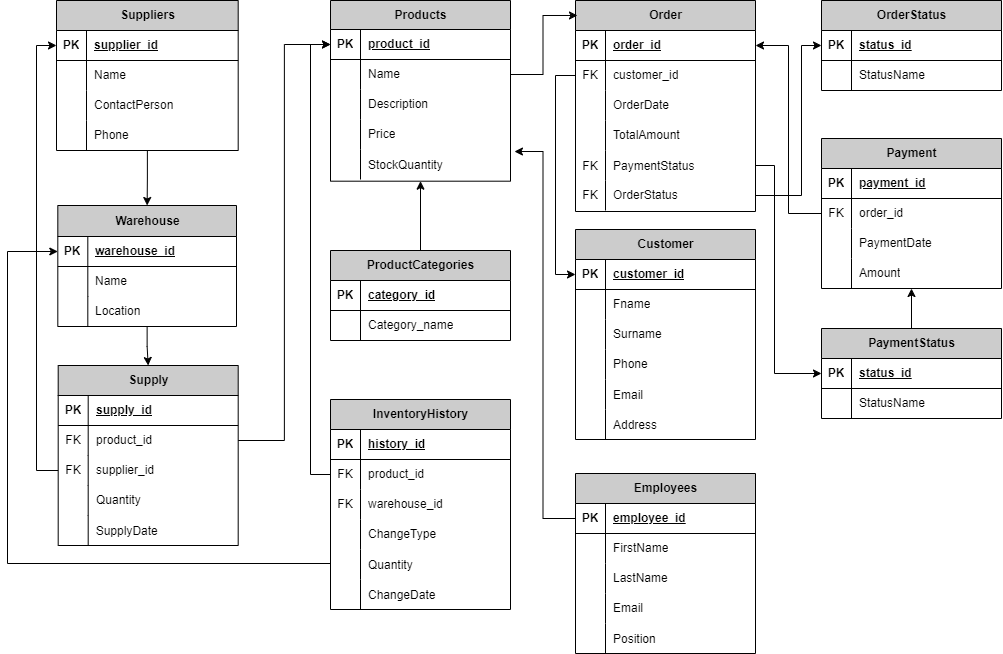
Above: drawio.drawio.png in garnet-ar/Database-project (draw.io), before the change. Source tidied: cells renumbered, new cells last; positions are measured from the earlier drawing's top-left corner, leaving out a move shared by most shapes.
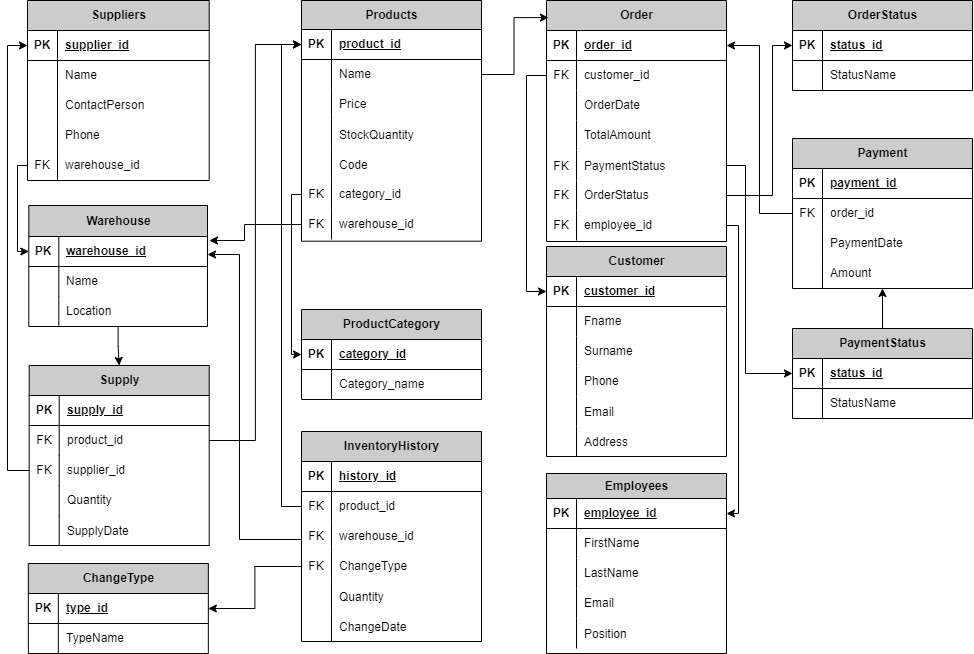
The same file after the commit.

Change to the diagram source:
```diff
@@ -5,3 +5,3 @@
     <mxCell id="2" value="Products" style="shape=table;startSize=29;rowLines=0;fontStyle=1;align=center;html=1;fillColor=#CCCCCC;" parent="1" vertex="1">
-      <mxGeometry x="323" width="180" height="180.7" as="geometry" />
+      <mxGeometry x="323" width="180" height="240.7" as="geometry" />
     </mxCell>
@@ -25,13 +25,4 @@
     </mxCell>
-    <mxCell id="9" style="shape=tableRow;horizontal=0;startSize=0;swimlaneHead=0;swimlaneBody=0;fillColor=none;top=0;left=0;right=0;bottom=0;" parent="2" vertex="1">
-      <mxGeometry y="89" width="180" height="30" as="geometry" />
-    </mxCell>
-    <mxCell id="10" style="shape=partialRectangle;fillColor=none;top=0;left=0;bottom=0;right=0;overflow=hidden;whiteSpace=wrap;html=1;" parent="9" vertex="1">
-      <mxGeometry width="30" height="30" as="geometry" />
-    </mxCell>
-    <mxCell id="11" value="Description" style="shape=partialRectangle;fillColor=none;top=0;left=0;bottom=0;right=0;align=left;spacingLeft=6;overflow=hidden;whiteSpace=wrap;html=1;" parent="9" vertex="1">
-      <mxGeometry x="30" width="150" height="30" as="geometry" />
-    </mxCell>
     <mxCell id="12" style="shape=tableRow;horizontal=0;startSize=0;swimlaneHead=0;swimlaneBody=0;fillColor=none;top=0;left=0;right=0;bottom=0;" parent="2" vertex="1">
-      <mxGeometry y="119" width="180" height="30" as="geometry" />
+      <mxGeometry y="89" width="180" height="30" as="geometry" />
     </mxCell>
@@ -44,3 +35,3 @@
     <mxCell id="15" style="shape=tableRow;horizontal=0;startSize=0;swimlaneHead=0;swimlaneBody=0;fillColor=none;points=[[0,0.5],[1,0.5]];portConstraint=eastwest;top=0;left=0;right=0;bottom=0;" parent="2" vertex="1">
-      <mxGeometry y="149" width="180" height="30" as="geometry" />
+      <mxGeometry y="119" width="180" height="30" as="geometry" />
     </mxCell>
@@ -52,7 +43,31 @@
     </mxCell>
-    <mxCell id="18" style="edgeStyle=orthogonalEdgeStyle;rounded=0;jettySize=auto;html=1;entryX=0.5;entryY=0;entryDx=0;entryDy=0;" parent="1" edge="1" source="19" target="41">
-      <mxGeometry relative="1" as="geometry" />
-    </mxCell>
+    <mxCell id="178" style="shape=tableRow;horizontal=0;startSize=0;swimlaneHead=0;swimlaneBody=0;fillColor=none;top=0;left=0;right=0;bottom=0;" parent="2" vertex="1">
+      <mxGeometry y="149" width="180" height="30" as="geometry" />
+    </mxCell>
+    <mxCell id="179" style="shape=partialRectangle;fillColor=none;top=0;left=0;bottom=0;right=0;overflow=hidden;" parent="178" vertex="1">
+      <mxGeometry width="30" height="30" as="geometry" />
+    </mxCell>
+    <mxCell id="180" value="Code" style="shape=partialRectangle;fillColor=none;top=0;left=0;bottom=0;right=0;align=left;spacingLeft=6;overflow=hidden;" parent="178" vertex="1">
+      <mxGeometry x="30" width="150" height="30" as="geometry" />
+    </mxCell>
+    <mxCell id="181" style="shape=tableRow;horizontal=0;startSize=0;swimlaneHead=0;swimlaneBody=0;fillColor=none;points=[[0,0.5],[1,0.5]];portConstraint=eastwest;top=0;left=0;right=0;bottom=0;" parent="2" vertex="1">
+      <mxGeometry y="179" width="180" height="30" as="geometry" />
+    </mxCell>
+    <mxCell id="182" value="FK" style="shape=partialRectangle;fillColor=none;top=0;left=0;bottom=0;right=0;fontStyle=0;overflow=hidden;whiteSpace=wrap;html=1;" parent="181" vertex="1">
+      <mxGeometry width="30" height="30" as="geometry" />
+    </mxCell>
+    <mxCell id="183" value="category_id" style="shape=partialRectangle;fillColor=none;top=0;left=0;bottom=0;right=0;align=left;spacingLeft=6;fontStyle=0;overflow=hidden;whiteSpace=wrap;html=1;" parent="181" vertex="1">
+      <mxGeometry x="30" width="150" height="30" as="geometry" />
+    </mxCell>
+    <mxCell id="184" style="shape=tableRow;horizontal=0;startSize=0;swimlaneHead=0;swimlaneBody=0;fillColor=none;points=[[0,0.5],[1,0.5]];portConstraint=eastwest;top=0;left=0;right=0;bottom=0;" parent="2" vertex="1">
+      <mxGeometry y="209" width="180" height="30" as="geometry" />
+    </mxCell>
+    <mxCell id="185" value="FK" style="shape=partialRectangle;fillColor=none;top=0;left=0;bottom=0;right=0;fontStyle=0;overflow=hidden;whiteSpace=wrap;html=1;" parent="184" vertex="1">
+      <mxGeometry width="30" height="30" as="geometry" />
+    </mxCell>
+    <mxCell id="186" value="warehouse_id" style="shape=partialRectangle;fillColor=none;top=0;left=0;bottom=0;right=0;align=left;spacingLeft=6;fontStyle=0;overflow=hidden;whiteSpace=wrap;html=1;" parent="184" vertex="1">
+      <mxGeometry x="30" width="150" height="30" as="geometry" />
+    </mxCell>
     <mxCell id="19" value="Suppliers" style="shape=table;startSize=30;rowLines=0;fontStyle=1;align=center;html=1;fillColor=#CCCCCC;" parent="1" vertex="1">
-      <mxGeometry x="49" width="181.7" height="150" as="geometry" />
+      <mxGeometry x="49" width="181.7" height="180" as="geometry" />
     </mxCell>
@@ -94,7 +109,13 @@
     </mxCell>
-    <mxCell id="32" style="edgeStyle=orthogonalEdgeStyle;rounded=0;jettySize=auto;html=1;exitX=0.5;exitY=0;exitDx=0;exitDy=0;entryX=0.5;entryY=1;entryDx=0;entryDy=0;" parent="1" edge="1" source="33" target="2">
-      <mxGeometry relative="1" as="geometry" />
-    </mxCell>
+    <mxCell id="187" style="shape=tableRow;horizontal=0;startSize=0;swimlaneHead=0;swimlaneBody=0;fillColor=none;points=[[0,0.5],[1,0.5]];portConstraint=eastwest;top=0;left=0;right=0;bottom=0;" parent="19" vertex="1">
+      <mxGeometry y="150" width="181.7" height="30" as="geometry" />
+    </mxCell>
+    <mxCell id="188" value="FK" style="shape=partialRectangle;fillColor=none;top=0;left=0;bottom=0;right=0;fontStyle=0;overflow=hidden;whiteSpace=wrap;html=1;" parent="187" vertex="1">
+      <mxGeometry width="30" height="30" as="geometry" />
+    </mxCell>
+    <mxCell id="189" value="warehouse_id" style="shape=partialRectangle;fillColor=none;top=0;left=0;bottom=0;right=0;align=left;spacingLeft=6;fontStyle=0;overflow=hidden;whiteSpace=wrap;html=1;" parent="187" vertex="1">
+      <mxGeometry x="30" width="151.7" height="30" as="geometry" />
+    </mxCell>
-    <mxCell id="33" value="ProductCategories" style="shape=table;startSize=30;rowLines=0;fontStyle=1;align=center;html=1;fillColor=#CCCCCC;" parent="1" vertex="1">
-      <mxGeometry x="323" y="250" width="180" height="90" as="geometry" />
+    <mxCell id="33" value="ProductCategory" style="shape=table;startSize=30;rowLines=0;fontStyle=1;align=center;html=1;fillColor=#CCCCCC;" parent="1" vertex="1">
+      <mxGeometry x="323" y="309" width="180" height="90" as="geometry" />
     </mxCell>
@@ -152,3 +173,3 @@
     <mxCell id="51" value="Order" style="shape=table;startSize=30;rowLines=0;fontStyle=1;align=center;html=1;fillColor=#CCCCCC;" parent="1" vertex="1">
-      <mxGeometry x="568" width="180" height="211" as="geometry" />
+      <mxGeometry x="568" width="180" height="241" as="geometry" />
     </mxCell>
@@ -208,4 +229,13 @@
     </mxCell>
+    <mxCell id="190" style="shape=tableRow;horizontal=0;startSize=0;swimlaneHead=0;swimlaneBody=0;fillColor=none;points=[[0,0.5],[1,0.5]];portConstraint=eastwest;top=0;left=0;right=0;bottom=0;" parent="51" vertex="1">
+      <mxGeometry y="210" width="180" height="30" as="geometry" />
+    </mxCell>
+    <mxCell id="191" value="FK" style="shape=partialRectangle;fillColor=none;top=0;left=0;bottom=0;right=0;fontStyle=0;overflow=hidden;whiteSpace=wrap;html=1;" parent="190" vertex="1">
+      <mxGeometry width="30" height="30" as="geometry" />
+    </mxCell>
+    <mxCell id="192" value="employee_id" style="shape=partialRectangle;fillColor=none;top=0;left=0;bottom=0;right=0;align=left;spacingLeft=6;fontStyle=0;overflow=hidden;whiteSpace=wrap;html=1;" parent="190" vertex="1">
+      <mxGeometry x="30" width="150" height="30" as="geometry" />
+    </mxCell>
     <mxCell id="70" value="Customer" style="shape=table;startSize=30;rowLines=0;fontStyle=1;align=center;html=1;fillColor=#CCCCCC;" parent="1" vertex="1">
-      <mxGeometry x="568" y="229" width="180" height="210" as="geometry" />
+      <mxGeometry x="568" y="246" width="180" height="210" as="geometry" />
     </mxCell>
@@ -355,3 +385,3 @@
     </mxCell>
-    <mxCell id="119" value="Employees" style="shape=table;startSize=30;rowLines=0;fontStyle=1;align=center;html=1;fillColor=#CCCCCC;" parent="1" vertex="1">
+    <mxCell id="119" value="Employees" style="shape=table;startSize=25;rowLines=0;fontStyle=1;align=center;html=1;fillColor=#CCCCCC;" parent="1" vertex="1">
       <mxGeometry x="568" y="473" width="180" height="180" as="geometry" />
@@ -359,3 +389,3 @@
     <mxCell id="120" style="shape=tableRow;horizontal=0;startSize=0;swimlaneHead=0;swimlaneBody=0;fillColor=none;points=[[0,0.5],[1,0.5]];portConstraint=eastwest;top=0;left=0;right=0;bottom=1;" parent="119" vertex="1">
-      <mxGeometry y="30" width="180" height="30" as="geometry" />
+      <mxGeometry y="25" width="180" height="30" as="geometry" />
     </mxCell>
@@ -368,3 +398,3 @@
     <mxCell id="123" style="shape=tableRow;horizontal=0;startSize=0;swimlaneHead=0;swimlaneBody=0;fillColor=none;top=0;left=0;right=0;bottom=0;" parent="119" vertex="1">
-      <mxGeometry y="60" width="180" height="30" as="geometry" />
+      <mxGeometry y="55" width="180" height="30" as="geometry" />
     </mxCell>
@@ -377,3 +407,3 @@
     <mxCell id="126" style="shape=tableRow;horizontal=0;startSize=0;swimlaneHead=0;swimlaneBody=0;fillColor=none;top=0;left=0;right=0;bottom=0;" parent="119" vertex="1">
-      <mxGeometry y="90" width="180" height="30" as="geometry" />
+      <mxGeometry y="85" width="180" height="30" as="geometry" />
     </mxCell>
@@ -386,3 +416,3 @@
     <mxCell id="129" style="shape=tableRow;horizontal=0;startSize=0;swimlaneHead=0;swimlaneBody=0;fillColor=none;top=0;left=0;right=0;bottom=0;" parent="119" vertex="1">
-      <mxGeometry y="120" width="180" height="30" as="geometry" />
+      <mxGeometry y="115" width="180" height="30" as="geometry" />
     </mxCell>
@@ -395,3 +425,3 @@
     <mxCell id="132" style="shape=tableRow;horizontal=0;startSize=0;swimlaneHead=0;swimlaneBody=0;fillColor=none;top=0;left=0;right=0;bottom=0;" parent="119" vertex="1">
-      <mxGeometry y="150" width="180" height="30" as="geometry" />
+      <mxGeometry y="145" width="180" height="30" as="geometry" />
     </mxCell>
@@ -451,5 +481,2 @@
     </mxCell>
-    <mxCell id="151" style="edgeStyle=orthogonalEdgeStyle;rounded=0;jettySize=auto;html=1;exitX=0;exitY=0.5;exitDx=0;exitDy=0;entryX=1.022;entryY=0.067;entryDx=0;entryDy=0;entryPerimeter=0;" parent="1" edge="1" source="120" target="15">
-      <mxGeometry relative="1" as="geometry" />
-    </mxCell>
     <mxCell id="152" style="edgeStyle=orthogonalEdgeStyle;rounded=0;jettySize=auto;html=1;exitX=1;exitY=0.5;exitDx=0;exitDy=0;entryX=0;entryY=0.5;entryDx=0;entryDy=0;" parent="1" edge="1" source="139" target="3">
@@ -461,3 +488,3 @@
     <mxCell id="154" value="InventoryHistory" style="shape=table;startSize=30;rowLines=0;fontStyle=1;align=center;html=1;fillColor=#CCCCCC;" parent="1" vertex="1">
-      <mxGeometry x="323" y="399" width="180" height="210" as="geometry" />
+      <mxGeometry x="323" y="431" width="180" height="210" as="geometry" />
     </mxCell>
@@ -493,3 +520,3 @@
     </mxCell>
-    <mxCell id="165" style="shape=partialRectangle;fillColor=none;top=0;left=0;bottom=0;right=0;overflow=hidden;whiteSpace=wrap;html=1;" parent="164" vertex="1">
+    <mxCell id="165" value="FK" style="shape=partialRectangle;fillColor=none;top=0;left=0;bottom=0;right=0;overflow=hidden;whiteSpace=wrap;html=1;" parent="164" vertex="1">
       <mxGeometry width="30" height="30" as="geometry" />
@@ -520,11 +547,2 @@
     </mxCell>
-    <mxCell id="174" style="edgeStyle=orthogonalEdgeStyle;rounded=0;jettySize=auto;html=1;exitX=0;exitY=0.5;exitDx=0;exitDy=0;entryX=0;entryY=0.5;entryDx=0;entryDy=0;" parent="1" edge="1" source="161" target="42">
-      <mxGeometry relative="1" as="geometry">
-        <Array as="points">
-          <mxPoint x="323" y="563" />
-          <mxPoint y="563" />
-          <mxPoint y="251" />
-        </Array>
-      </mxGeometry>
-    </mxCell>
     <mxCell id="175" style="edgeStyle=orthogonalEdgeStyle;rounded=0;jettySize=auto;html=1;exitX=1;exitY=0.5;exitDx=0;exitDy=0;entryX=0;entryY=0.5;entryDx=0;entryDy=0;" parent="1" edge="1" source="64" target="113">
@@ -548,2 +566,68 @@
     </mxCell>
+    <mxCell id="193" style="edgeStyle=orthogonalEdgeStyle;rounded=0;jettySize=auto;html=1;exitX=0;exitY=0.5;exitDx=0;exitDy=0;entryX=0;entryY=0.5;entryDx=0;entryDy=0;" parent="1" edge="1" source="187" target="42">
+      <mxGeometry relative="1" as="geometry">
+        <Array as="points">
+          <mxPoint x="39" y="165" />
+          <mxPoint x="39" y="251" />
+        </Array>
+      </mxGeometry>
+    </mxCell>
+    <mxCell id="194" style="edgeStyle=orthogonalEdgeStyle;rounded=0;orthogonalLoop=1;jettySize=auto;html=1;exitX=0;exitY=0.5;exitDx=0;exitDy=0;entryX=1;entryY=0.5;entryDx=0;entryDy=0;" parent="1" edge="1">
+      <mxGeometry relative="1" as="geometry">
+        <mxPoint x="323" y="539" as="sourcePoint" />
+        <mxPoint x="229" y="254" as="targetPoint" />
+        <Array as="points">
+          <mxPoint x="261" y="539" />
+          <mxPoint x="261" y="254" />
+        </Array>
+      </mxGeometry>
+    </mxCell>
+    <mxCell id="195" style="edgeStyle=orthogonalEdgeStyle;rounded=0;jettySize=auto;html=1;exitX=0;exitY=0.5;exitDx=0;exitDy=0;entryX=0;entryY=0.5;entryDx=0;entryDy=0;" parent="1" edge="1" source="181" target="34">
+      <mxGeometry relative="1" as="geometry">
+        <Array as="points">
+          <mxPoint x="313" y="194" />
+          <mxPoint x="313" y="354" />
+        </Array>
+      </mxGeometry>
+    </mxCell>
+    <mxCell id="196" style="edgeStyle=orthogonalEdgeStyle;rounded=0;jettySize=auto;html=1;exitX=0;exitY=0.5;exitDx=0;exitDy=0;entryX=1.011;entryY=0.133;entryDx=0;entryDy=0;entryPerimeter=0;" parent="1" edge="1" source="184" target="42">
+      <mxGeometry relative="1" as="geometry">
+        <Array as="points">
+          <mxPoint x="266" y="224" />
+          <mxPoint x="266" y="240" />
+        </Array>
+      </mxGeometry>
+    </mxCell>
+    <mxCell id="197" value="ChangeType" style="shape=table;startSize=30;rowLines=0;fontStyle=1;align=center;html=1;fillColor=#CCCCCC;" parent="1" vertex="1">
+      <mxGeometry x="49.8" y="563" width="180" height="90" as="geometry" />
+    </mxCell>
+    <mxCell id="198" style="shape=tableRow;horizontal=0;startSize=0;swimlaneHead=0;swimlaneBody=0;fillColor=none;points=[[0,0.5],[1,0.5]];portConstraint=eastwest;top=0;left=0;right=0;bottom=1;" parent="197" vertex="1">
+      <mxGeometry y="30" width="180" height="30" as="geometry" />
+    </mxCell>
+    <mxCell id="199" value="PK" style="shape=partialRectangle;fillColor=none;top=0;left=0;bottom=0;right=0;fontStyle=1;overflow=hidden;whiteSpace=wrap;html=1;" parent="198" vertex="1">
+      <mxGeometry width="30" height="30" as="geometry" />
+    </mxCell>
+    <mxCell id="200" value="type_id" style="shape=partialRectangle;fillColor=none;top=0;left=0;bottom=0;right=0;align=left;spacingLeft=6;fontStyle=5;overflow=hidden;whiteSpace=wrap;html=1;" parent="198" vertex="1">
+      <mxGeometry x="30" width="150" height="30" as="geometry" />
+    </mxCell>
+    <mxCell id="201" style="shape=tableRow;horizontal=0;startSize=0;swimlaneHead=0;swimlaneBody=0;fillColor=none;top=0;left=0;right=0;bottom=0;" parent="197" vertex="1">
+      <mxGeometry y="60" width="180" height="30" as="geometry" />
+    </mxCell>
+    <mxCell id="10" style="shape=partialRectangle;fillColor=none;top=0;left=0;bottom=0;right=0;overflow=hidden;whiteSpace=wrap;html=1;" parent="201" vertex="1">
+      <mxGeometry width="30" height="30" as="geometry" />
+    </mxCell>
+    <mxCell id="202" value="TypeName" style="shape=partialRectangle;fillColor=none;top=0;left=0;bottom=0;right=0;align=left;spacingLeft=6;overflow=hidden;whiteSpace=wrap;html=1;" parent="201" vertex="1">
+      <mxGeometry x="30" width="150" height="30" as="geometry" />
+    </mxCell>
+    <mxCell id="203" style="edgeStyle=orthogonalEdgeStyle;rounded=0;jettySize=auto;html=1;exitX=0;exitY=0.5;exitDx=0;exitDy=0;entryX=1;entryY=0.5;entryDx=0;entryDy=0;" parent="1" edge="1" source="164" target="198">
+      <mxGeometry relative="1" as="geometry" />
+    </mxCell>
+    <mxCell id="204" style="edgeStyle=orthogonalEdgeStyle;rounded=0;jettySize=auto;html=1;exitX=1;exitY=0.5;exitDx=0;exitDy=0;entryX=1;entryY=0.5;entryDx=0;entryDy=0;" parent="1" edge="1" source="190" target="120">
+      <mxGeometry relative="1" as="geometry">
+        <Array as="points">
+          <mxPoint x="760" y="225" />
+          <mxPoint x="760" y="513" />
+        </Array>
+      </mxGeometry>
+    </mxCell>
   </root>
```
